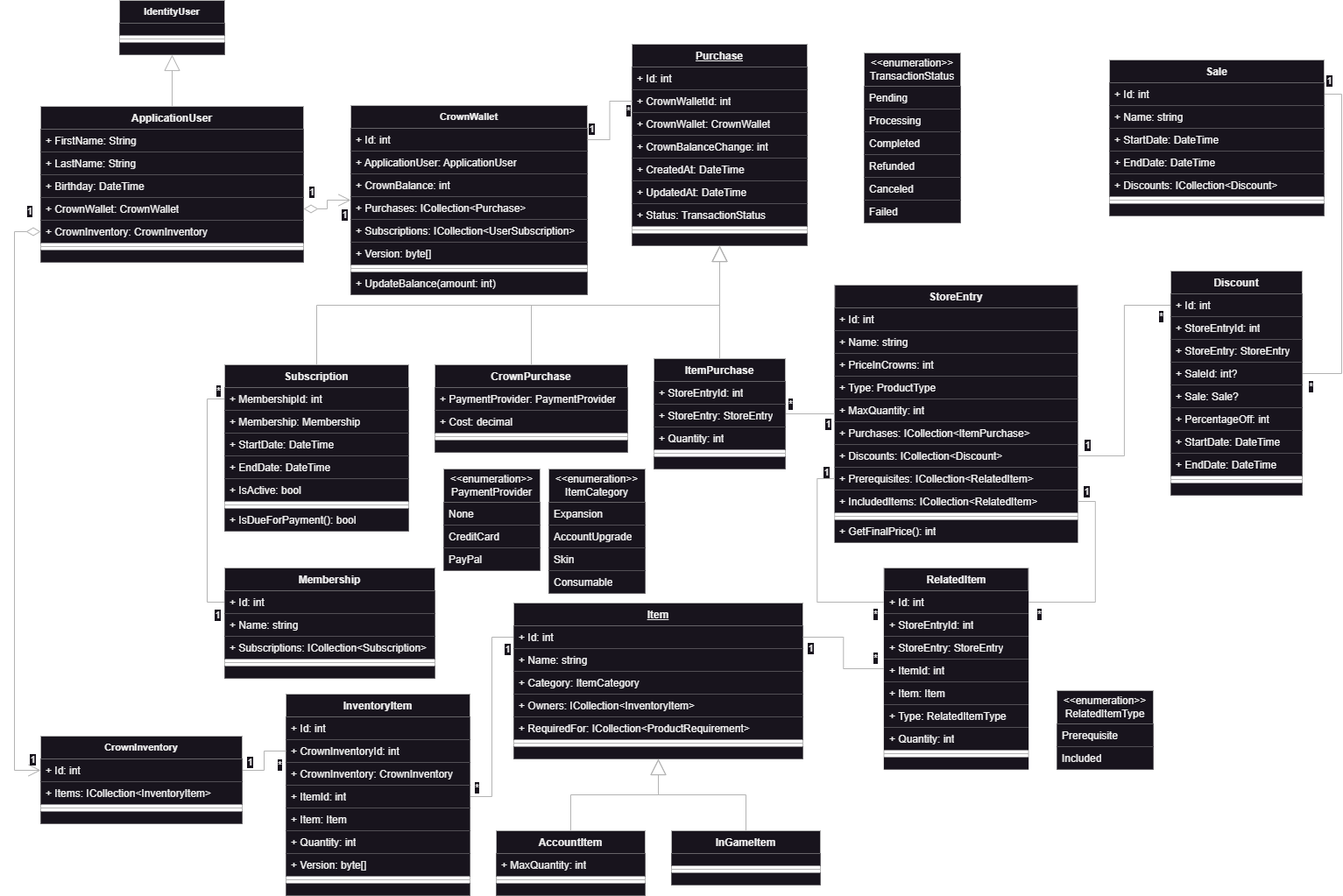
The draw.io diagram ClassDiagram.png in rpeixe/AspNetCore-MvcStore, before a commit. Source tidied: cells renumbered, new cells last; positions are measured from the earlier drawing's top-left corner, leaving out a move shared by most shapes.
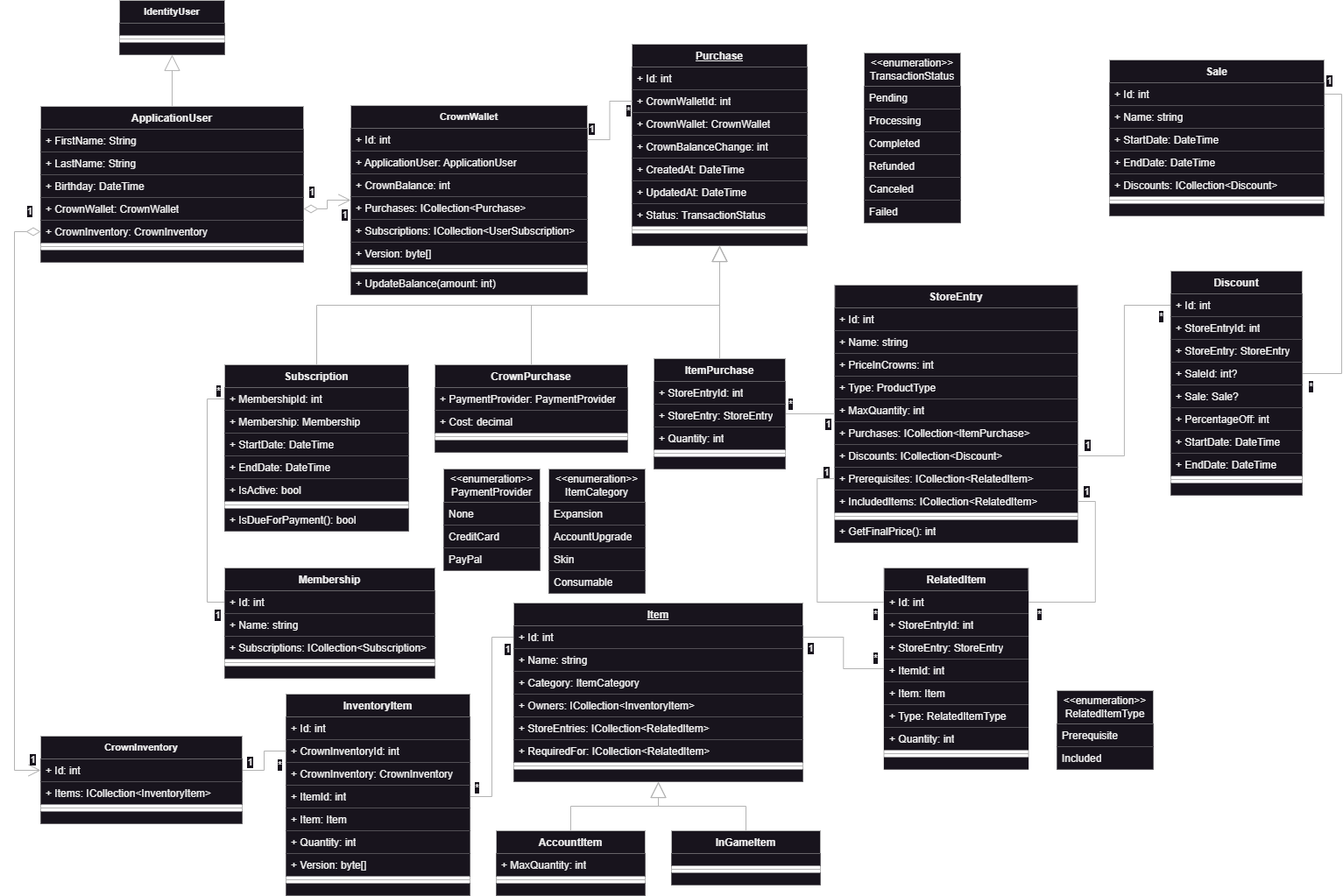
Later version of the same file.

Commit message:
Updated Item class with RelatedItem changes

What changed in the source:
```diff
@@ -477,7 +477,7 @@
       </mxGeometry>
     </mxCell>
     <mxCell id="152" value="&lt;u&gt;Item&lt;/u&gt;" style="swimlane;fontStyle=1;align=center;verticalAlign=top;horizontal=1;startSize=26;whiteSpace=wrap;html=1;fillColor=default;strokeColor=#B3B3B3;" parent="1" vertex="1">
-      <mxGeometry x="570" y="688" width="330" height="178" as="geometry" />
+      <mxGeometry x="570" y="688" width="330" height="204" as="geometry" />
     </mxCell>
     <mxCell id="153" value="+ Id: int" style="text;strokeColor=none;fillColor=default;align=left;verticalAlign=top;spacingLeft=4;spacingRight=4;overflow=hidden;points=[[0,0.5],[1,0.5]];portConstraint=eastwest;whiteSpace=wrap;html=1;" parent="152" vertex="1">
       <mxGeometry y="26" width="330" height="26" as="geometry" />
@@ -491,14 +491,17 @@
     <mxCell id="156" value="+ Owners: ICollection&amp;lt;InventoryItem&amp;gt;" style="text;strokeColor=none;fillColor=default;align=left;verticalAlign=top;spacingLeft=4;spacingRight=4;overflow=hidden;whiteSpace=wrap;html=1;" parent="152" vertex="1">
       <mxGeometry y="104" width="330" height="26" as="geometry" />
     </mxCell>
-    <mxCell id="157" value="+ RequiredFor: ICollection&amp;lt;ProductRequirement&amp;gt;" style="text;strokeColor=none;fillColor=default;align=left;verticalAlign=top;spacingLeft=4;spacingRight=4;overflow=hidden;whiteSpace=wrap;html=1;" parent="152" vertex="1">
+    <mxCell id="157" value="+ StoreEntries: ICollection&amp;lt;RelatedItem&amp;gt;" style="text;strokeColor=none;fillColor=default;align=left;verticalAlign=top;spacingLeft=4;spacingRight=4;overflow=hidden;whiteSpace=wrap;html=1;" parent="152" vertex="1">
       <mxGeometry y="130" width="330" height="26" as="geometry" />
     </mxCell>
+    <mxCell id="190" value="+ RequiredFor: ICollection&amp;lt;RelatedItem&amp;gt;" style="text;strokeColor=none;fillColor=default;align=left;verticalAlign=top;spacingLeft=4;spacingRight=4;overflow=hidden;whiteSpace=wrap;html=1;" parent="152" vertex="1">
+      <mxGeometry y="156" width="330" height="26" as="geometry" />
+    </mxCell>
     <mxCell id="158" style="line;strokeWidth=1;fillColor=default;align=left;verticalAlign=middle;spacingTop=-1;spacingLeft=3;spacingRight=3;labelPosition=right;strokeColor=inherit;" parent="152" vertex="1">
-      <mxGeometry y="156" width="330" height="8" as="geometry" />
+      <mxGeometry y="182" width="330" height="8" as="geometry" />
     </mxCell>
     <mxCell id="159" style="text;strokeColor=none;fillColor=default;align=left;verticalAlign=middle;spacingTop=-1;spacingLeft=4;spacingRight=4;labelPosition=right;" parent="152" vertex="1">
-      <mxGeometry y="164" width="330" height="14" as="geometry" />
+      <mxGeometry y="190" width="330" height="14" as="geometry" />
     </mxCell>
     <mxCell id="160" value="&lt;div&gt;&amp;lt;&amp;lt;enumeration&amp;gt;&amp;gt;&lt;/div&gt;ItemCategory" style="swimlane;fontStyle=0;horizontal=1;startSize=38;fillColor=default;whiteSpace=wrap;html=1;swimlaneLine=1;strokeColor=#B3B3B3;" parent="1" vertex="1">
       <mxGeometry x="610" y="535" width="110" height="142" as="geometry" />
```
